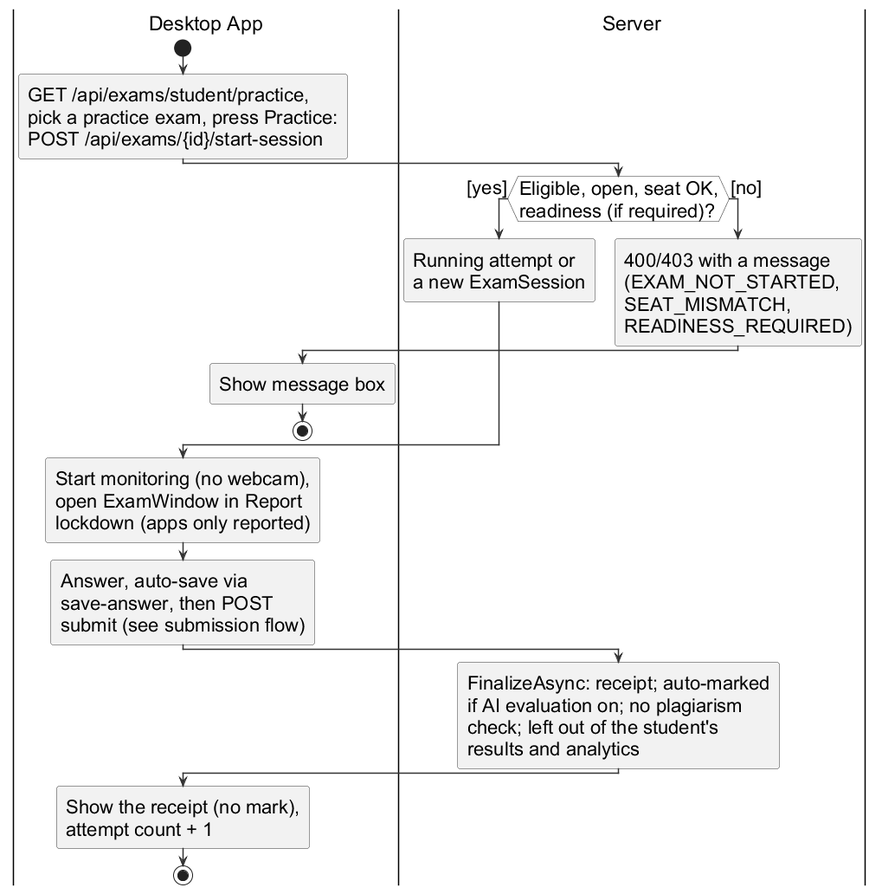
This is important docs/fyp_doc_3chatp/Figures/activity_readiness.png from Haiderali27-hub/AI-Lab-Monitoring-, a PlantUML export, as it was before one commit. Its source is kept beside it as important docs/fyp_doc_3chatp/Figures/src/activity_readiness.puml.
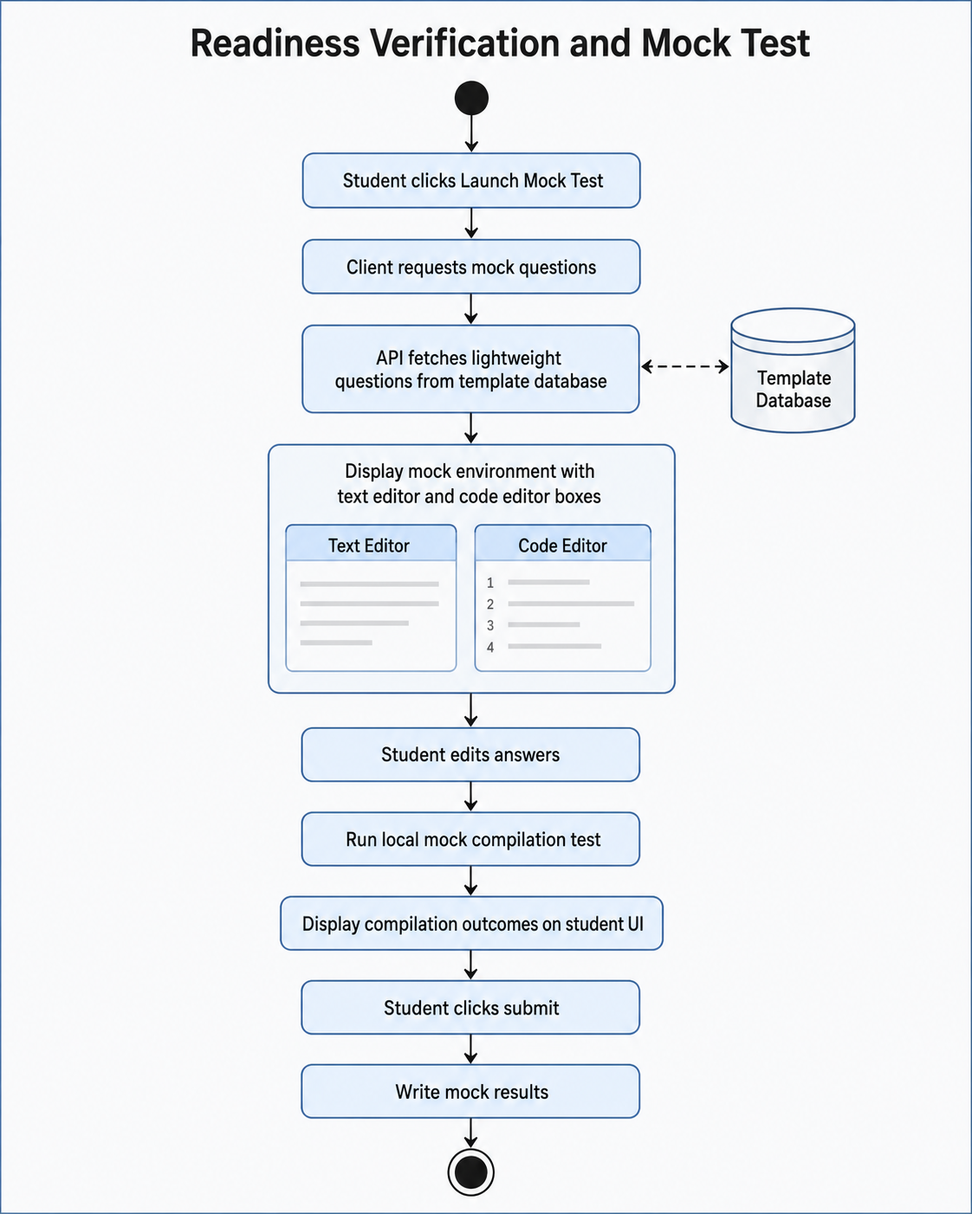
The same diagram one commit later.

What changed in the source:
```diff
@@ -11,35 +11,34 @@
 
 |Desktop App|
 start
-:GET /api/exams/student/practice,\npick a practice exam, press Practice:\nPOST /api/exams/{id}/start-session;
+:Pick a practice exam,
+press Practice;
 |Server|
-if (Eligible, open, seat OK,
-readiness (if required)?) then ([yes])
-  :Running attempt or
-  a new ExamSession;
+if (Eligible, open,
+seat and readiness OK?) then ([yes])
+  :Resume or create
+  the session;
 else ([no])
-  :400/403 with a message
-  (EXAM_NOT_STARTED,
-  SEAT_MISMATCH,
-  READINESS_REQUIRED);
+  :Refuse with
+  a message;
   |Desktop App|
-  :Show message box;
+  :Show the
+  message;
   stop
 endif
 |Desktop App|
-:Start monitoring (no webcam),
-open ExamWindow in Report
-lockdown (apps only reported);
-:Answer, auto-save via
-save-answer, then POST
-submit (see submission flow);
+:Open exam window
+in Report mode,
+no webcam;
+:Answer, auto-save,
+submit;
 |Server|
-:FinalizeAsync: receipt; auto-marked
-if AI evaluation on; no plagiarism
-check; left out of the student's
-results and analytics;
+:Finalise with receipt,
+auto-mark if AI on,
+no plagiarism check,
+not in results;
 |Desktop App|
-:Show the receipt (no mark),
-attempt count + 1;
+:Show receipt
+(no mark);
 stop
 @enduml
```
